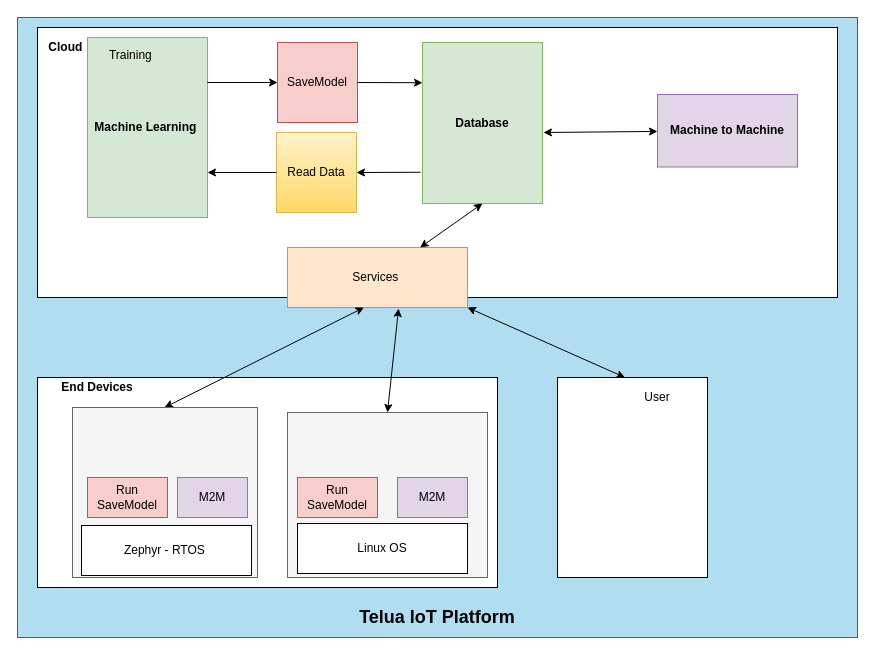
The draw.io diagram machine_learning/machineLearning.drawio in letrthong/uhes_visual_programing_iot, before the edit. Source tidied: cells renumbered, new cells numbered last; positions are measured from the earlier drawing's top-left corner, leaving out a move shared by most shapes. Both pictures are drawn from the tidied source at 100%, with x=0, y=0 at pixel (17, 17).
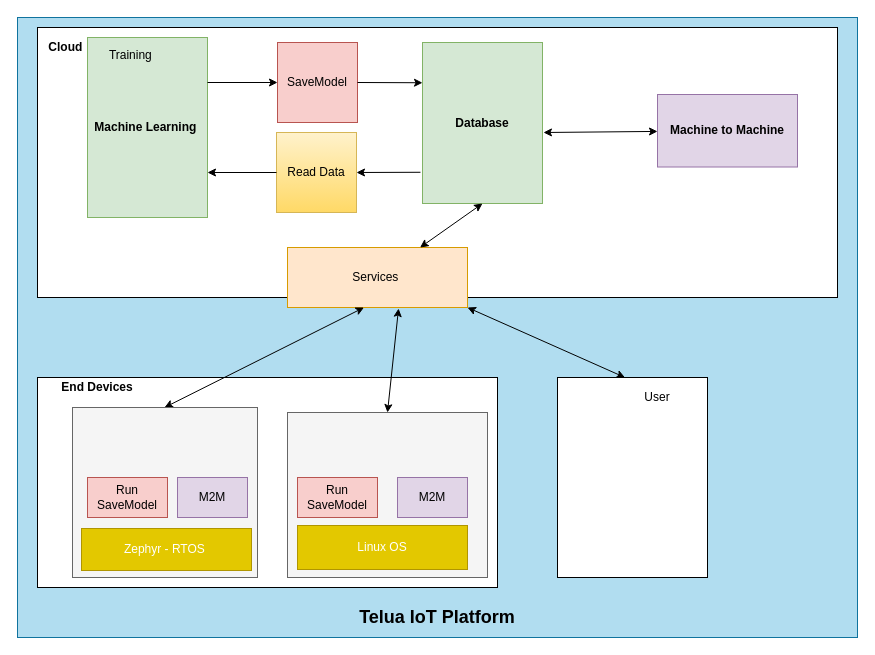
After the change.

Change to the diagram source:
```diff
@@
-    <mxCell id="32" value="Zephyr - RTOS&amp;nbsp;" style="rounded=0;whiteSpace=wrap;html=1;" parent="1" vertex="1">
-      <mxGeometry x="64" y="508" width="170" height="50" as="geometry" />
+    <mxCell id="32" value="Zephyr - RTOS&amp;nbsp;" style="rounded=0;whiteSpace=wrap;html=1;fillColor=#e3c800;strokeColor=#B09500;fontColor=#ffffff;" parent="1" vertex="1">
+      <mxGeometry x="64" y="511" width="170" height="42" as="geometry" />
     </mxCell>
-    <mxCell id="33" value="Linux OS" style="rounded=0;whiteSpace=wrap;html=1;" parent="1" vertex="1">
-      <mxGeometry x="280" y="506" width="170" height="50" as="geometry" />
+    <mxCell id="33" value="Linux OS" style="rounded=0;whiteSpace=wrap;html=1;fillColor=#e3c800;strokeColor=#B09500;fontColor=#ffffff;" parent="1" vertex="1">
+      <mxGeometry x="280" y="508" width="170" height="44" as="geometry" />
     </mxCell>
```
